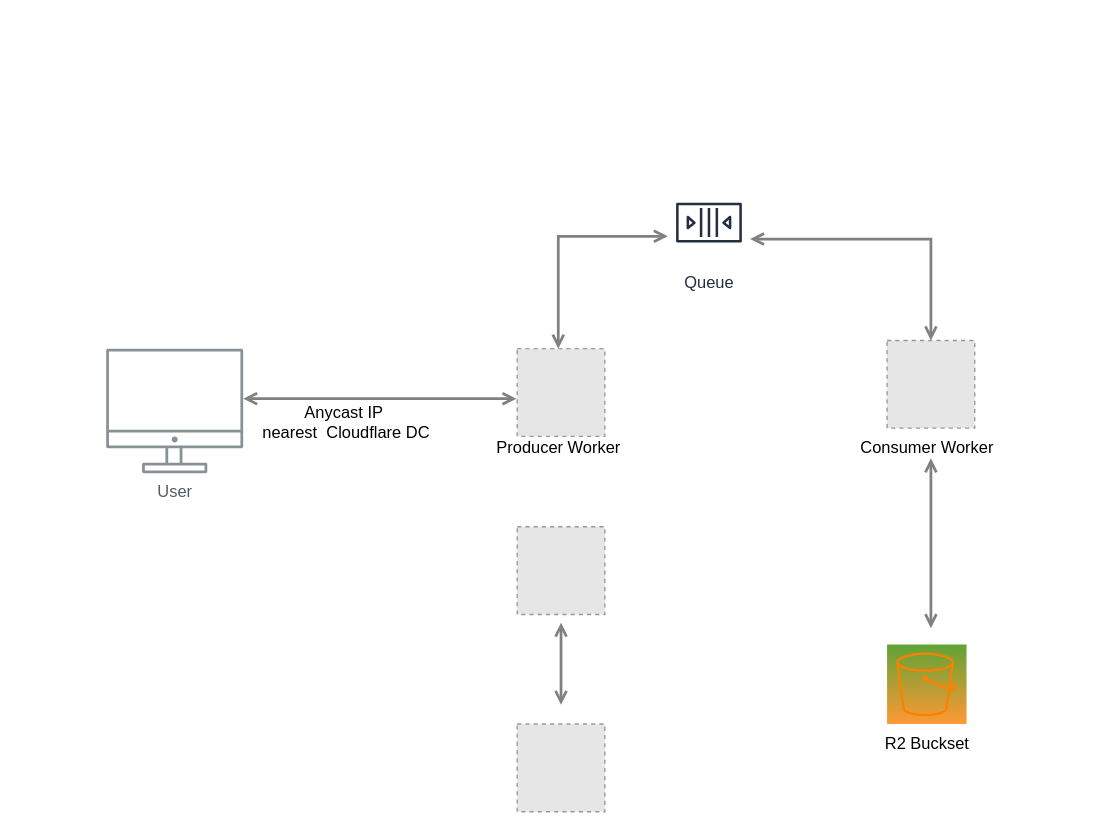
The draw.io diagram Queue Diagram.drawio in iamask/flowchart, before the edit. Source tidied: cells renumbered, new cells numbered last; positions are measured from the earlier drawing's top-left corner, leaving out a move shared by most shapes. Both pictures are drawn from the tidied source at 137%, with x=0, y=0 at pixel (105, 181). Pictures stored in the file or linked from it are replaced by grey dashed boxes.
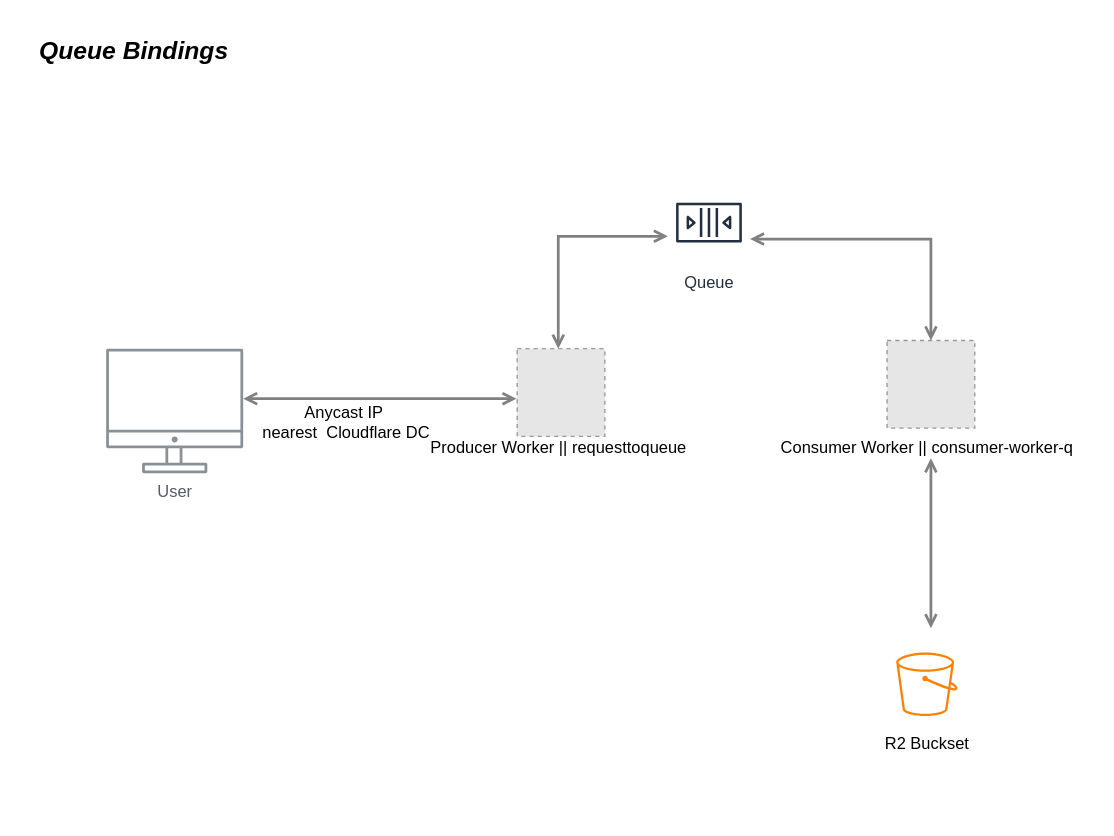
The same diagram, later.

The edit, as a diff of the source:
```diff
@@
-    <mxCell id="6" value="Producer Worker" style="text;html=1;align=center;verticalAlign=middle;strokeColor=none;fillColor=none;" parent="1" vertex="1">
-      <mxGeometry x="275" y="180" width="110" height="30" as="geometry" />
+    <mxCell id="6" value="Producer Worker ||&amp;nbsp;requesttoqueue" style="text;html=1;align=center;verticalAlign=middle;strokeColor=none;fillColor=none;" parent="1" vertex="1">
+      <mxGeometry x="225" y="180" width="210" height="30" as="geometry" />
     </mxCell>
-    <mxCell id="7" style="fillColor=#E6E6E6;strokeColor=#999999;dashed=1;verticalLabelPosition=bottom;verticalAlign=top;" parent="1" vertex="1">
-      <mxGeometry x="300" y="396" width="64" height="64" as="geometry" />
-    </mxCell>
@@
-    <mxCell id="10" style="sketch=0;fontColor=#232F3E;gradientColor=#60A337;gradientDirection=north;fillColor=#FF9933;strokeColor=#FF8000;dashed=0;verticalLabelPosition=bottom;verticalAlign=top;align=center;html=1;fontSize=12;fontStyle=0;shape=mxgraph.aws4.resourceIcon;resIcon=mxgraph.aws4.s3;" parent="1" vertex="1">
+    <mxCell id="10" style="sketch=0;fontColor=#232F3E;gradientColor=#60A337;gradientDirection=north;fillColor=none;strokeColor=#FF8000;dashed=0;verticalLabelPosition=bottom;verticalAlign=top;align=center;html=1;fontSize=12;fontStyle=0;shape=mxgraph.aws4.resourceIcon;resIcon=mxgraph.aws4.s3;" parent="1" vertex="1">
       <mxGeometry x="570" y="338" width="58" height="58" as="geometry" />
     </mxCell>
@@
-    <mxCell id="15" value="Consumer Worker" style="text;html=1;align=center;verticalAlign=middle;strokeColor=none;fillColor=none;" parent="1" vertex="1">
-      <mxGeometry x="539" y="180" width="120" height="30" as="geometry" />
+    <mxCell id="15" value="Consumer Worker ||&amp;nbsp;consumer-worker-q" style="text;html=1;align=center;verticalAlign=middle;strokeColor=none;fillColor=none;" parent="1" vertex="1">
+      <mxGeometry x="479" y="180" width="240" height="30" as="geometry" />
     </mxCell>
-    <mxCell id="16" style="fillColor=#E6E6E6;strokeColor=#999999;dashed=1;verticalLabelPosition=bottom;verticalAlign=top;" parent="1" vertex="1">
-      <mxGeometry x="300" y="252" width="64" height="64" as="geometry" />
-    </mxCell>
-    <mxCell id="17" style="edgeStyle=orthogonalEdgeStyle;rounded=0;orthogonalLoop=1;jettySize=auto;html=1;startArrow=open;startFill=0;endArrow=open;endFill=0;strokeWidth=2;strokeColor=#808080;" parent="1" edge="1">
-      <mxGeometry relative="1" as="geometry">
-        <mxPoint x="332" y="322" as="sourcePoint" />
-        <mxPoint x="332" y="382" as="targetPoint" />
-        <Array as="points">
-          <mxPoint x="331.5" y="362" />
-          <mxPoint x="331.5" y="362" />
-        </Array>
-      </mxGeometry>
-    </mxCell>
+    <mxCell id="18" value="&lt;b&gt;&lt;i&gt;&lt;font style=&quot;font-size: 18px;&quot;&gt;Queue Bindings&lt;/font&gt;&lt;/i&gt;&lt;/b&gt;" style="text;html=1;align=center;verticalAlign=middle;strokeColor=none;fillColor=none;" parent="1" vertex="1">
+      <mxGeometry x="-60" y="-115" width="160" height="40" as="geometry" />
+    </mxCell>
```
